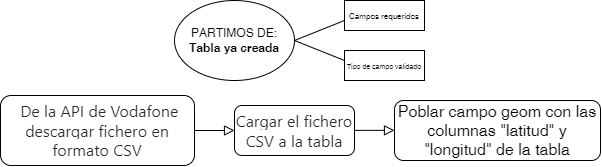
Before: images/schema.png, a diagram exported from draw.io (aragonopendata/script-cobertura-internet). Source tidied: cells renumbered, new cells last; positions are measured from the earlier drawing's top-left corner, leaving out a move shared by most shapes.
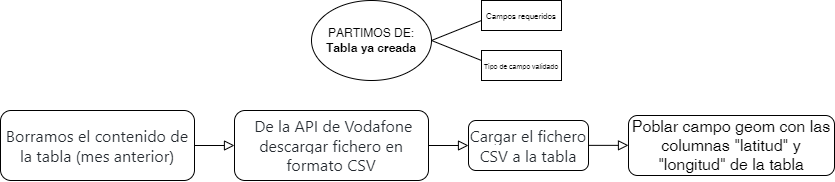
Above is the later version.

Commit message:
Adición del paso de eliminar tabla

The edit, as a diff of the source:
```diff
@@ -6,40 +6,48 @@
       <mxGeometry relative="1" as="geometry" />
     </mxCell>
     <mxCell id="3" value="&lt;span style=&quot;color: rgb(36, 41, 47); font-family: -apple-system, BlinkMacSystemFont, &amp;quot;Segoe UI&amp;quot;, Helvetica, Arial, sans-serif, &amp;quot;Apple Color Emoji&amp;quot;, &amp;quot;Segoe UI Emoji&amp;quot;; font-size: 16px; text-align: start; background-color: rgb(255, 255, 255);&quot;&gt;&amp;nbsp;De la API de Vodafone descargar fichero en formato CSV&lt;/span&gt;" style="rounded=1;whiteSpace=wrap;html=1;fontSize=12;glass=0;strokeWidth=1;shadow=0;" parent="1" vertex="1">
-      <mxGeometry y="95" width="194" height="70" as="geometry" />
+      <mxGeometry x="414" y="110" width="194" height="70" as="geometry" />
     </mxCell>
     <mxCell id="4" value="&lt;span style=&quot;color: rgb(36, 41, 47); font-family: -apple-system, BlinkMacSystemFont, &amp;quot;Segoe UI&amp;quot;, Helvetica, Arial, sans-serif, &amp;quot;Apple Color Emoji&amp;quot;, &amp;quot;Segoe UI Emoji&amp;quot;; font-size: 16px; text-align: start; background-color: rgb(255, 255, 255);&quot;&gt;Cargar el fichero CSV a la tabla&lt;/span&gt;" style="rounded=1;whiteSpace=wrap;html=1;fontSize=12;glass=0;strokeWidth=1;shadow=0;" parent="1" vertex="1">
-      <mxGeometry x="234" y="105" width="120" height="50" as="geometry" />
+      <mxGeometry x="648" y="120" width="120" height="50" as="geometry" />
     </mxCell>
     <mxCell id="5" value="&lt;font style=&quot;font-size: 16px;&quot;&gt;Poblar campo geom con las columnas &quot;latitud&quot; y &quot;longitud&quot; de la tabla&lt;/font&gt;" style="rounded=1;whiteSpace=wrap;html=1;fontSize=12;glass=0;strokeWidth=1;shadow=0;" parent="1" vertex="1">
-      <mxGeometry x="394" y="100" width="206" height="60" as="geometry" />
+      <mxGeometry x="808" y="115" width="206" height="60" as="geometry" />
     </mxCell>
     <mxCell id="6" value="PARTIMOS DE:&lt;br&gt;&lt;b&gt;Tabla ya creada&lt;/b&gt;" style="ellipse;whiteSpace=wrap;html=1;" parent="1" vertex="1">
-      <mxGeometry x="174" width="120" height="80" as="geometry" />
+      <mxGeometry x="491" width="120" height="80" as="geometry" />
     </mxCell>
     <mxCell id="7" style="endArrow=none;html=1;rounded=0;" parent="1" edge="1">
       <mxGeometry relative="1" as="geometry">
-        <mxPoint x="294" y="40" as="sourcePoint" />
-        <mxPoint x="344" y="20" as="targetPoint" />
+        <mxPoint x="611" y="40" as="sourcePoint" />
+        <mxPoint x="661" y="20" as="targetPoint" />
       </mxGeometry>
     </mxCell>
     <mxCell id="8" style="endArrow=none;html=1;rounded=0;" parent="1" edge="1">
       <mxGeometry relative="1" as="geometry">
-        <mxPoint x="344" y="60" as="sourcePoint" />
-        <mxPoint x="294" y="40" as="targetPoint" />
+        <mxPoint x="661" y="60" as="sourcePoint" />
+        <mxPoint x="611" y="40" as="targetPoint" />
       </mxGeometry>
     </mxCell>
     <mxCell id="9" value="&lt;font style=&quot;font-size: 8px;&quot;&gt;Campos requeridos&lt;/font&gt;" style="rounded=0;whiteSpace=wrap;html=1;" parent="1" vertex="1">
-      <mxGeometry x="344" width="80" height="30" as="geometry" />
+      <mxGeometry x="661" width="80" height="30" as="geometry" />
     </mxCell>
     <mxCell id="10" value="&lt;font style=&quot;font-size: 7px;&quot;&gt;Tipo de campo validado&lt;/font&gt;" style="rounded=0;whiteSpace=wrap;html=1;" parent="1" vertex="1">
-      <mxGeometry x="344" y="50" width="80" height="30" as="geometry" />
+      <mxGeometry x="661" y="50" width="80" height="30" as="geometry" />
     </mxCell>
     <mxCell id="11" style="rounded=0;html=1;jettySize=auto;orthogonalLoop=1;fontSize=11;endArrow=block;endFill=0;endSize=8;strokeWidth=1;shadow=0;labelBackgroundColor=none;edgeStyle=orthogonalEdgeStyle;" parent="1" edge="1">
       <mxGeometry relative="1" as="geometry">
-        <mxPoint x="354" y="129.9" as="sourcePoint" />
-        <mxPoint x="394" y="129.9" as="targetPoint" />
+        <mxPoint x="768" y="144.9" as="sourcePoint" />
+        <mxPoint x="808" y="144.9" as="targetPoint" />
       </mxGeometry>
     </mxCell>
+    <mxCell id="12" style="rounded=0;html=1;jettySize=auto;fontSize=11;endArrow=block;endFill=0;endSize=8;strokeWidth=1;shadow=0;labelBackgroundColor=none;edgeStyle=orthogonalEdgeStyle;" parent="1" edge="1" source="13">
+      <mxGeometry relative="1" as="geometry">
+        <mxPoint x="414" y="145" as="targetPoint" />
+      </mxGeometry>
+    </mxCell>
+    <mxCell id="13" value="&lt;span style=&quot;color: rgb(36, 41, 47); font-family: -apple-system, BlinkMacSystemFont, &amp;quot;Segoe UI&amp;quot;, Helvetica, Arial, sans-serif, &amp;quot;Apple Color Emoji&amp;quot;, &amp;quot;Segoe UI Emoji&amp;quot;; font-size: 16px; text-align: start; background-color: rgb(255, 255, 255);&quot;&gt;Borramos el contenido de la tabla (mes anterior)&lt;/span&gt;" style="rounded=1;whiteSpace=wrap;html=1;fontSize=12;glass=0;strokeWidth=1;shadow=0;" parent="1" vertex="1">
+      <mxGeometry x="180" y="110" width="194" height="70" as="geometry" />
+    </mxCell>
   </root>
 </mxGraphModel>
```
